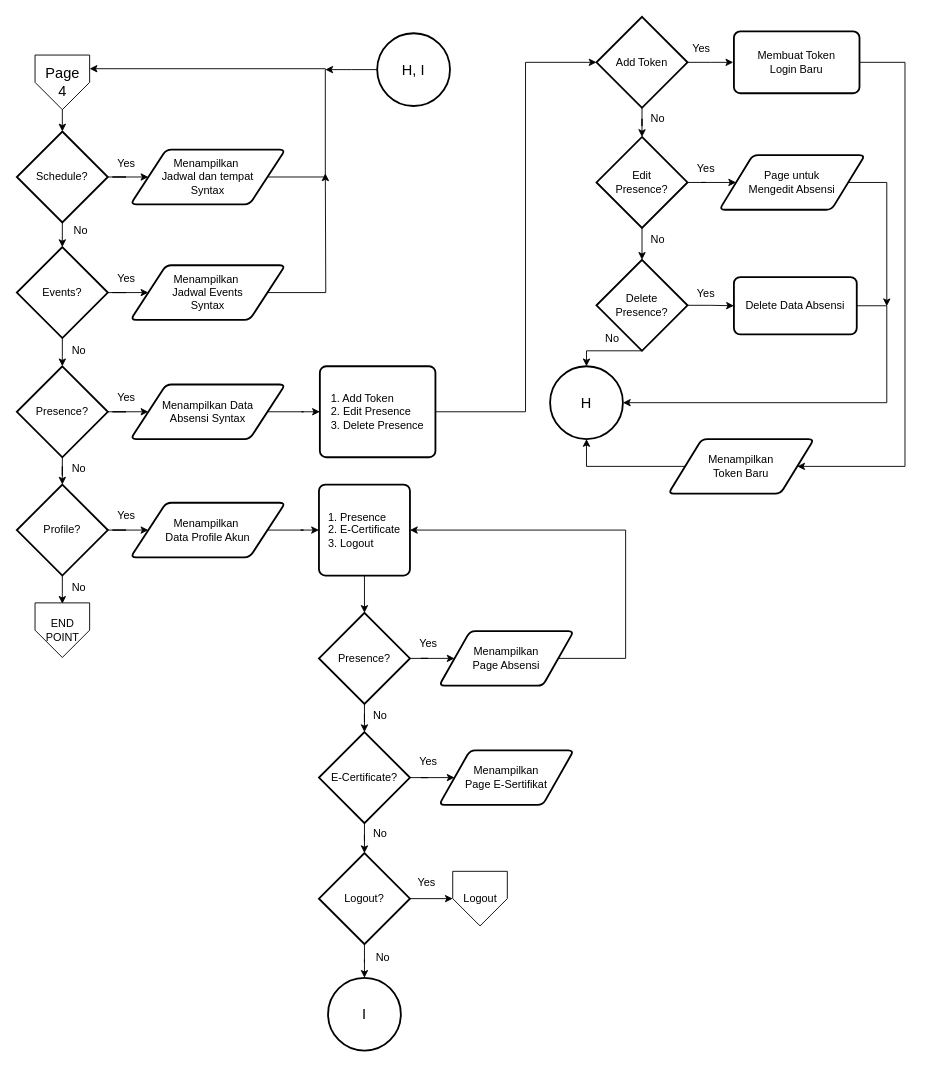
Above: PG4.drawio in dapzz-id/DrawIO (draw.io), before the change. Source tidied: cells renumbered, new cells numbered last; positions are measured from the earlier drawing's top-left corner, leaving out a move shared by most shapes. Both pictures are drawn from the tidied source at 91%, with x=0, y=0 at pixel (16, 16).
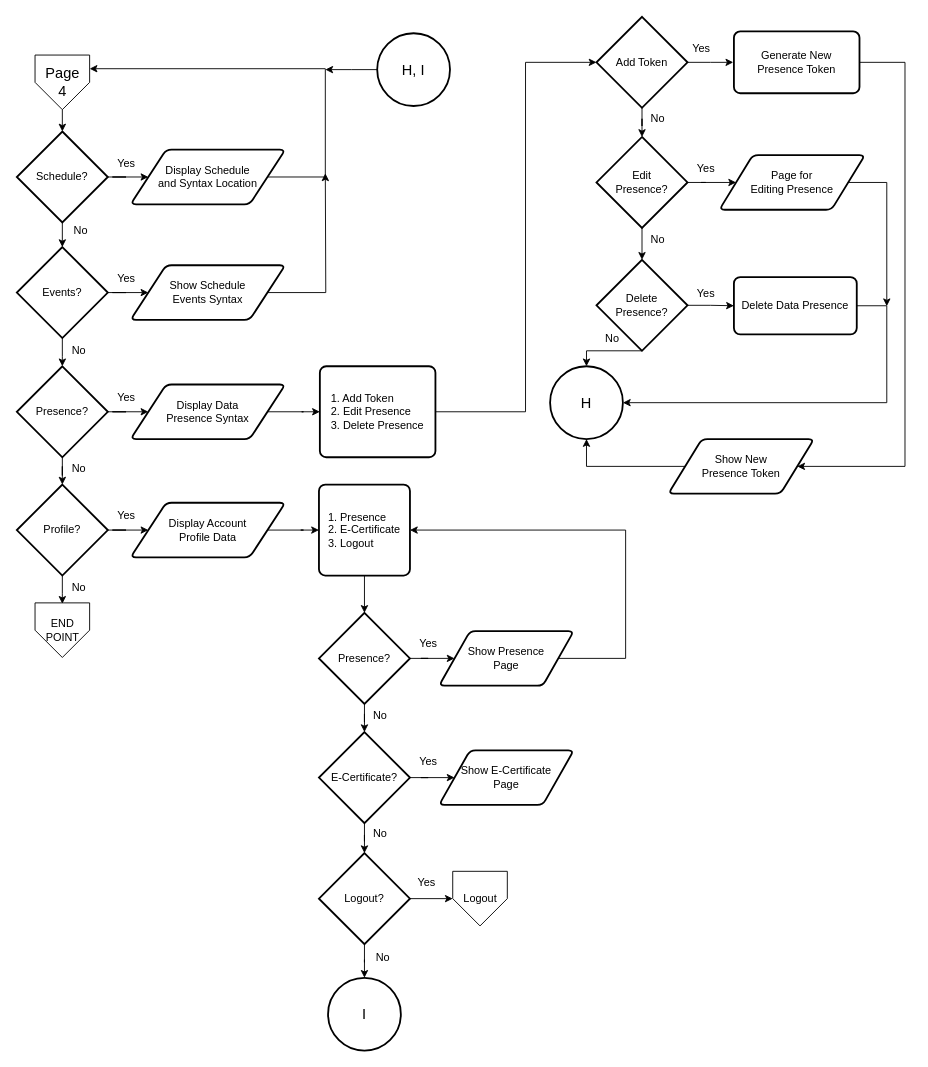
The same page after the edit.

Change to the diagram source:
```diff
@@
-    <mxCell id="15" value="Menampilkan&amp;nbsp;&lt;div&gt;Jadwal dan tempat&lt;div&gt;Syntax&lt;/div&gt;&lt;/div&gt;" style="shape=parallelogram;html=1;strokeWidth=2;perimeter=parallelogramPerimeter;whiteSpace=wrap;rounded=1;arcSize=12;size=0.23;" parent="1" vertex="1">
+    <mxCell id="15" value="Display Schedule&lt;div&gt;and Syntax Location&lt;/div&gt;" style="shape=parallelogram;html=1;strokeWidth=2;perimeter=parallelogramPerimeter;whiteSpace=wrap;rounded=1;arcSize=12;size=0.23;" parent="1" vertex="1">
       <mxGeometry x="125" y="146" width="170" height="60" as="geometry" />
     </mxCell>
@@
-    <mxCell id="17" value="Menampilkan&amp;nbsp;&lt;div&gt;Jadwal Events&lt;div&gt;Syntax&lt;/div&gt;&lt;/div&gt;" style="shape=parallelogram;html=1;strokeWidth=2;perimeter=parallelogramPerimeter;whiteSpace=wrap;rounded=1;arcSize=12;size=0.23;" parent="1" vertex="1">
+    <mxCell id="17" value="Show Schedule&lt;div&gt;Events Syntax&lt;/div&gt;" style="shape=parallelogram;html=1;strokeWidth=2;perimeter=parallelogramPerimeter;whiteSpace=wrap;rounded=1;arcSize=12;size=0.23;" parent="1" vertex="1">
       <mxGeometry x="125" y="273" width="170" height="60" as="geometry" />
     </mxCell>
@@
-    <mxCell id="19" value="Menampilkan&amp;nbsp;&lt;div&gt;Data Profile Akun&lt;/div&gt;" style="shape=parallelogram;html=1;strokeWidth=2;perimeter=parallelogramPerimeter;whiteSpace=wrap;rounded=1;arcSize=12;size=0.23;" parent="1" vertex="1">
+    <mxCell id="19" value="Display Account&lt;div&gt;Profile Data&lt;/div&gt;" style="shape=parallelogram;html=1;strokeWidth=2;perimeter=parallelogramPerimeter;whiteSpace=wrap;rounded=1;arcSize=12;size=0.23;" parent="1" vertex="1">
       <mxGeometry x="125" y="534" width="170" height="60" as="geometry" />
     </mxCell>
@@
-    <mxCell id="26" value="Menampilkan&lt;div&gt;Page Absensi&lt;/div&gt;" style="shape=parallelogram;html=1;strokeWidth=2;perimeter=parallelogramPerimeter;whiteSpace=wrap;rounded=1;arcSize=12;size=0.23;" parent="1" vertex="1">
+    <mxCell id="26" value="Show Presence&lt;div&gt;Page&lt;/div&gt;" style="shape=parallelogram;html=1;strokeWidth=2;perimeter=parallelogramPerimeter;whiteSpace=wrap;rounded=1;arcSize=12;size=0.23;" parent="1" vertex="1">
       <mxGeometry x="464" y="675" width="148" height="60" as="geometry" />
     </mxCell>
@@
-    <mxCell id="31" value="Menampilkan&lt;div&gt;Page E-Sertifikat&lt;/div&gt;" style="shape=parallelogram;html=1;strokeWidth=2;perimeter=parallelogramPerimeter;whiteSpace=wrap;rounded=1;arcSize=12;size=0.23;" parent="1" vertex="1">
+    <mxCell id="31" value="Show E-Certificate&lt;div&gt;Page&lt;/div&gt;" style="shape=parallelogram;html=1;strokeWidth=2;perimeter=parallelogramPerimeter;whiteSpace=wrap;rounded=1;arcSize=12;size=0.23;" parent="1" vertex="1">
       <mxGeometry x="464" y="806" width="148" height="60" as="geometry" />
     </mxCell>
@@
-    <mxCell id="47" value="Menampilkan Data&lt;div&gt;&lt;span style=&quot;background-color: initial;&quot;&gt;Absensi Syntax&lt;/span&gt;&lt;/div&gt;" style="shape=parallelogram;html=1;strokeWidth=2;perimeter=parallelogramPerimeter;whiteSpace=wrap;rounded=1;arcSize=12;size=0.23;" parent="1" vertex="1">
+    <mxCell id="47" value="Display Data&lt;div&gt;Presence Syntax&lt;/div&gt;" style="shape=parallelogram;html=1;strokeWidth=2;perimeter=parallelogramPerimeter;whiteSpace=wrap;rounded=1;arcSize=12;size=0.23;" parent="1" vertex="1">
       <mxGeometry x="125" y="404" width="170" height="60" as="geometry" />
     </mxCell>
@@
-    <mxCell id="58" value="Delete Data Absensi" style="rounded=1;whiteSpace=wrap;html=1;absoluteArcSize=1;arcSize=14;strokeWidth=2;" parent="1" vertex="1">
+    <mxCell id="58" value="Delete Data Presence" style="rounded=1;whiteSpace=wrap;html=1;absoluteArcSize=1;arcSize=14;strokeWidth=2;" parent="1" vertex="1">
       <mxGeometry x="788" y="286" width="135" height="63" as="geometry" />
     </mxCell>
@@
-    <mxCell id="61" value="Membuat Token&lt;div&gt;Login Baru&lt;/div&gt;" style="rounded=1;whiteSpace=wrap;html=1;absoluteArcSize=1;arcSize=14;strokeWidth=2;" parent="1" vertex="1">
+    <mxCell id="61" value="Generate New&lt;div&gt;Presence Token&lt;/div&gt;" style="rounded=1;whiteSpace=wrap;html=1;absoluteArcSize=1;arcSize=14;strokeWidth=2;" parent="1" vertex="1">
       <mxGeometry x="788" y="16" width="138" height="68" as="geometry" />
     </mxCell>
@@
-    <mxCell id="65" value="Page untuk&lt;div&gt;&lt;span style=&quot;background-color: initial;&quot;&gt;Mengedit Absensi&lt;/span&gt;&lt;/div&gt;" style="shape=parallelogram;html=1;strokeWidth=2;perimeter=parallelogramPerimeter;whiteSpace=wrap;rounded=1;arcSize=12;size=0.23;" parent="1" vertex="1">
+    <mxCell id="65" value="Page for&lt;div&gt;Editing Presence&lt;/div&gt;" style="shape=parallelogram;html=1;strokeWidth=2;perimeter=parallelogramPerimeter;whiteSpace=wrap;rounded=1;arcSize=12;size=0.23;" parent="1" vertex="1">
       <mxGeometry x="772" y="152" width="160" height="60" as="geometry" />
     </mxCell>
@@
-    <mxCell id="71" value="Menampilkan&lt;div&gt;Token Baru&lt;/div&gt;" style="shape=parallelogram;html=1;strokeWidth=2;perimeter=parallelogramPerimeter;whiteSpace=wrap;rounded=1;arcSize=12;size=0.23;" parent="1" vertex="1">
+    <mxCell id="71" value="Show New&lt;div&gt;Presence Token&lt;/div&gt;" style="shape=parallelogram;html=1;strokeWidth=2;perimeter=parallelogramPerimeter;whiteSpace=wrap;rounded=1;arcSize=12;size=0.23;" parent="1" vertex="1">
       <mxGeometry x="716" y="464" width="160" height="60" as="geometry" />
     </mxCell>
```
